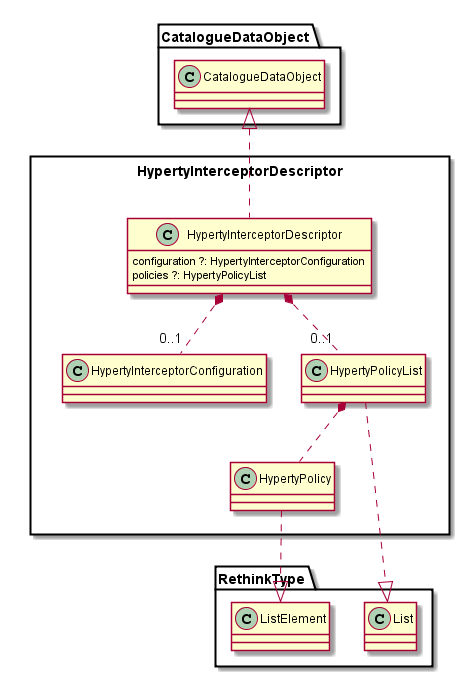
Before: docs/datamodel/Hyperty-Interceptor-Descriptor-Data-Object-Model.png, a diagram exported from PlantUML (reTHINK-project/dev-service-framework).
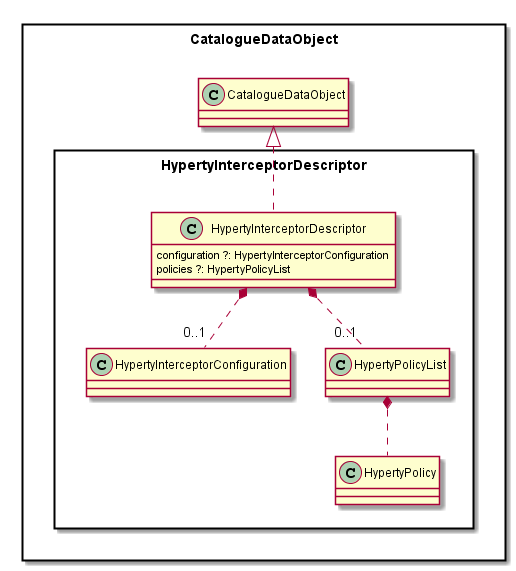
The same diagram one commit later.

The edit, as a diff of the source:
```diff
@@ -1,4 +1,7 @@
 @startuml "Hyperty-Interceptor-Descriptor-Data-Object-Model.png"
+
+
+package CatalogueDataObject <<Rect>> {
 
 package HypertyInterceptorDescriptor <<Rect>> {
 
@@ -26,10 +29,8 @@
 
 	HypertyPolicyList *.. HypertyPolicy
 
-	HypertyPolicyList .down.|> RethinkType.List
-
-	HypertyPolicy .down.|> RethinkType.ListElement
 
 }
 
+}
 @enduml
```
